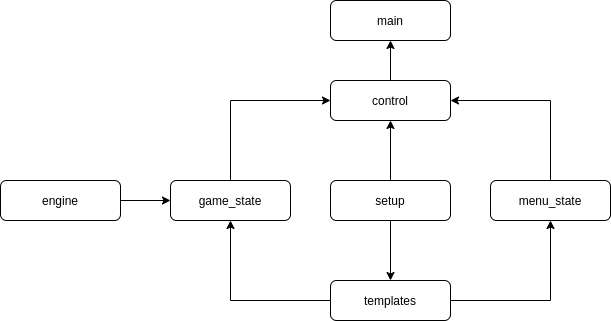
Before: architecture.png, a diagram exported from draw.io (DanJsef/mff_2048). Source tidied: cells renumbered, new cells last; positions are measured from the earlier drawing's top-left corner, leaving out a move shared by most shapes.
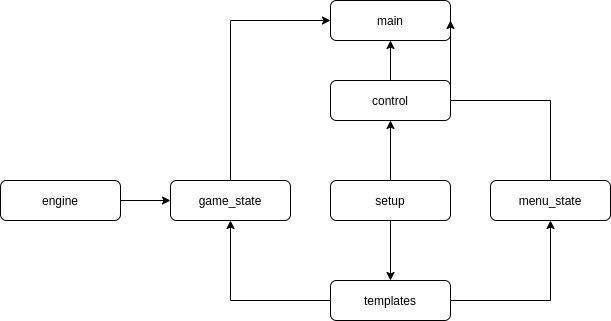
Later version of the same file.

The edit, as a diff of the source:
```diff
@@ -26,14 +26,23 @@
     <mxCell id="9" value="setup" style="rounded=1;whiteSpace=wrap;html=1;fontSize=12;glass=0;strokeWidth=1;shadow=0;" parent="1" vertex="1">
       <mxGeometry x="330" y="180" width="120" height="40" as="geometry" />
     </mxCell>
-    <mxCell id="10" style="edgeStyle=orthogonalEdgeStyle;rounded=0;jettySize=auto;html=1;exitX=0.5;exitY=0;exitDx=0;exitDy=0;entryX=0;entryY=0.5;entryDx=0;entryDy=0;" parent="1" edge="1" source="11" target="4">
-      <mxGeometry relative="1" as="geometry" />
+    <mxCell id="10" style="edgeStyle=orthogonalEdgeStyle;rounded=0;jettySize=auto;html=1;exitX=0.5;exitY=0;exitDx=0;exitDy=0;entryX=0;entryY=0.5;entryDx=0;entryDy=0;" parent="1" edge="1" source="11" target="2">
+      <mxGeometry relative="1" as="geometry">
+        <Array as="points">
+          <mxPoint x="230" y="20" />
+        </Array>
+      </mxGeometry>
     </mxCell>
     <mxCell id="11" value="game_state&lt;br&gt;" style="rounded=1;whiteSpace=wrap;html=1;fontSize=12;glass=0;strokeWidth=1;shadow=0;" parent="1" vertex="1">
       <mxGeometry x="170" y="180" width="120" height="40" as="geometry" />
     </mxCell>
-    <mxCell id="12" style="edgeStyle=orthogonalEdgeStyle;rounded=0;jettySize=auto;html=1;exitX=0.5;exitY=0;exitDx=0;exitDy=0;entryX=1;entryY=0.5;entryDx=0;entryDy=0;" parent="1" edge="1" source="13" target="4">
-      <mxGeometry relative="1" as="geometry" />
+    <mxCell id="12" style="edgeStyle=orthogonalEdgeStyle;rounded=0;jettySize=auto;html=1;exitX=0.5;exitY=0;exitDx=0;exitDy=0;entryX=1;entryY=0.5;entryDx=0;entryDy=0;" parent="1" edge="1" source="13" target="2">
+      <mxGeometry relative="1" as="geometry">
+        <Array as="points">
+          <mxPoint x="550" y="100" />
+          <mxPoint x="450" y="100" />
+        </Array>
+      </mxGeometry>
     </mxCell>
     <mxCell id="13" value="menu_state" style="rounded=1;whiteSpace=wrap;html=1;fontSize=12;glass=0;strokeWidth=1;shadow=0;" parent="1" vertex="1">
       <mxGeometry x="490" y="180" width="120" height="40" as="geometry" />
```
